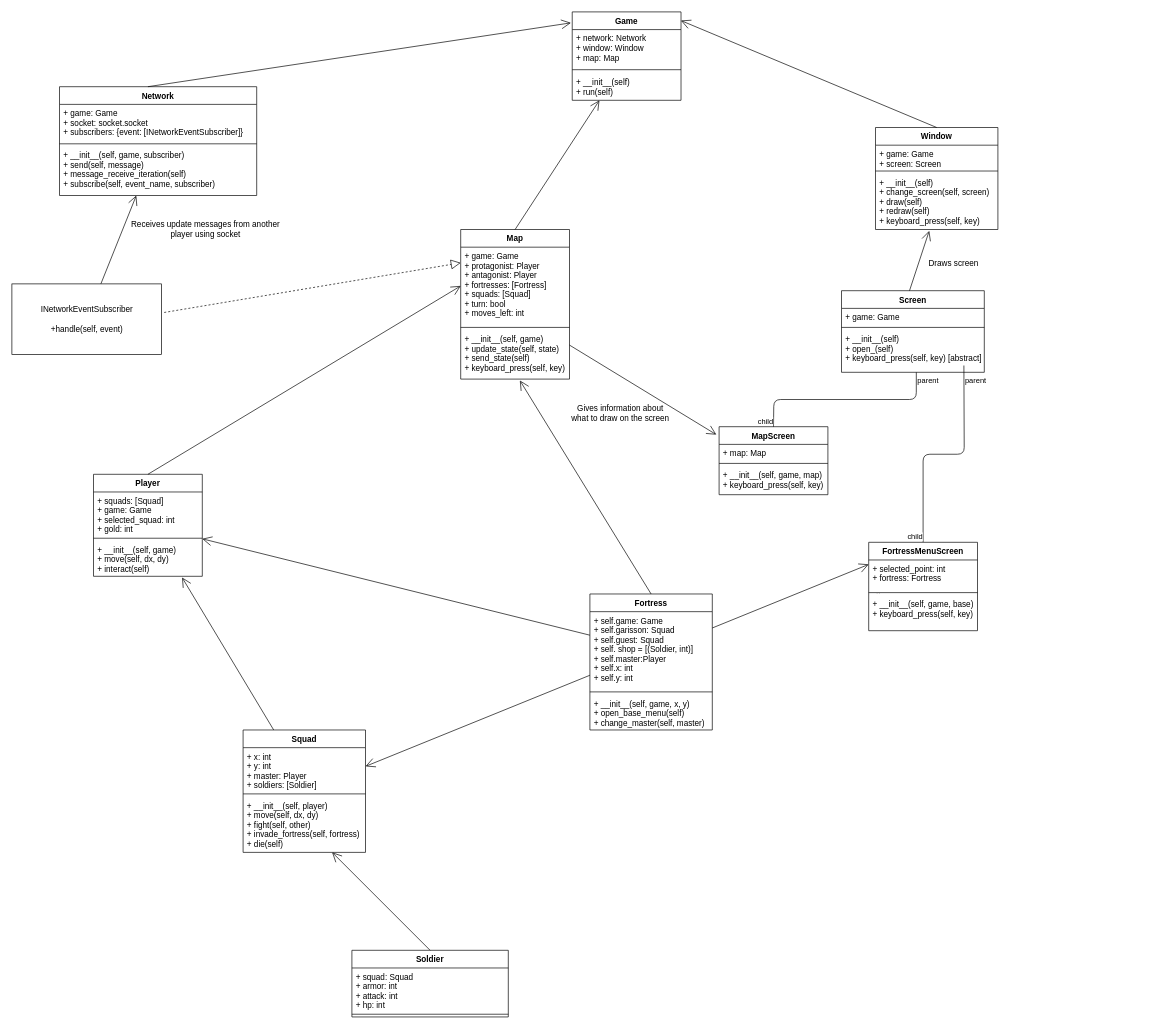
This is doc/Untitled Diagram.drawio from maljunaplanedo/tpgame, a draw.io file, before an edit. Source tidied: cells renumbered, new cells numbered last; positions are measured from the earlier drawing's top-left corner, leaving out a move shared by most shapes. Both pictures are drawn from the tidied source at 68%, with x=0, y=0 at pixel (12, 12).
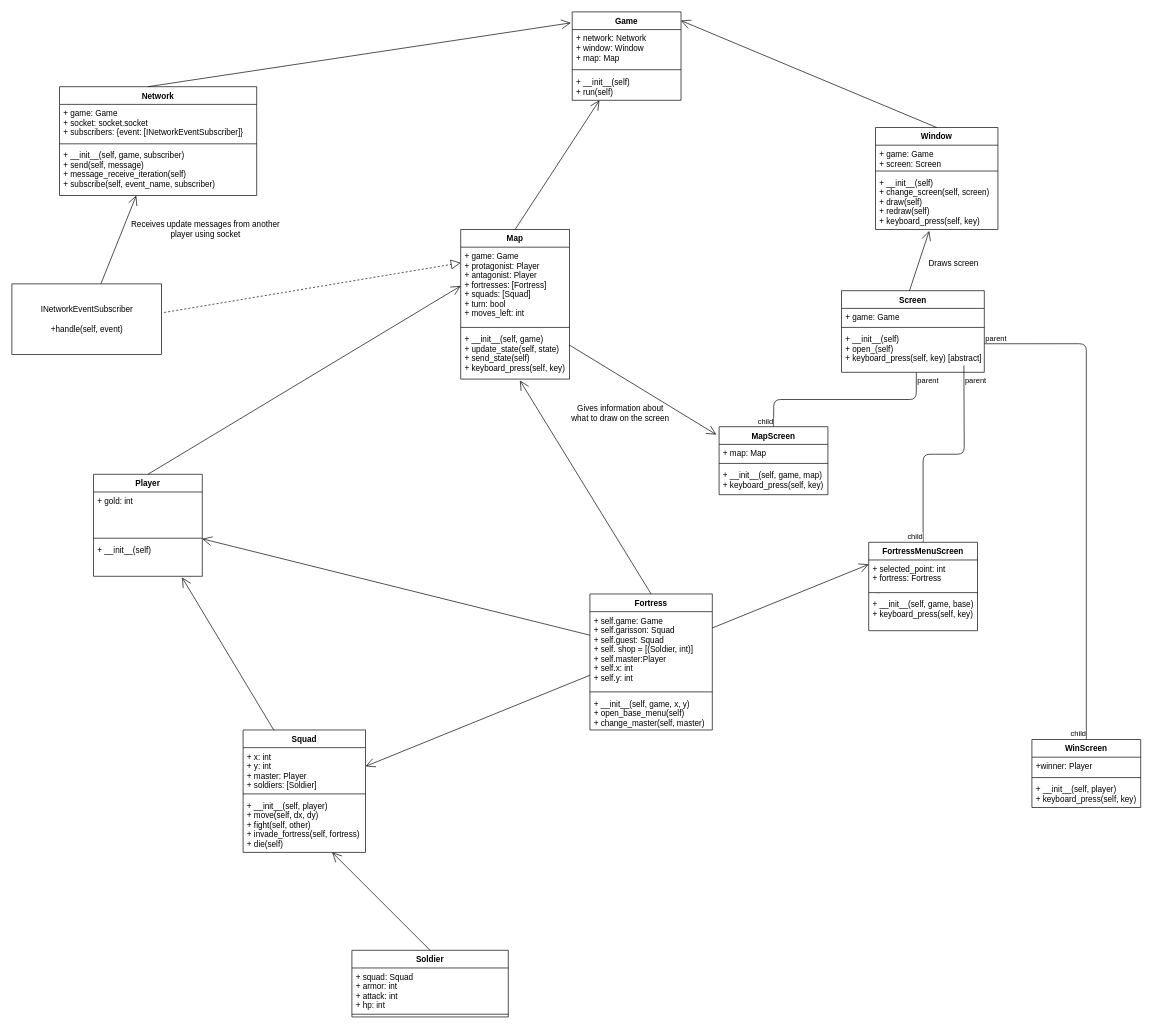
Above is the later version.

The change refers to these unchanged cells:
```xml
<mxCell id="20" value="+ __init__(self)&#10;+ open_(self)&#10;+ keyboard_press(self, key) [abstract]&#10;" style="text;strokeColor=none;fillColor=none;align=left;verticalAlign=top;spacingLeft=4;spacingRight=4;overflow=hidden;points=[[0,0.5],[1,0.5]];portConstraint=eastwest;" parent="16" vertex="1">
  <mxGeometry y="58" width="210" height="62" as="geometry" />
</mxCell>
<mxCell id="38" value="Player" style="swimlane;fontStyle=1;align=center;verticalAlign=top;horizontal=1;startSize=26;" parent="1" vertex="1">
  <mxGeometry x="120" y="680" width="160" height="150" as="geometry" />
</mxCell>
```

The edit, as a diff of the source:
```diff
@@
-    <mxCell id="40" value="+ squads: [Squad]&#10;+ game: Game&#10;+ selected_squad: int&#10;+ gold: int&#10;&#10;" style="text;strokeColor=none;fillColor=none;align=left;verticalAlign=top;spacingLeft=4;spacingRight=4;overflow=hidden;" parent="38" vertex="1">
+    <mxCell id="40" value="+ gold: int&#10;" style="text;strokeColor=none;fillColor=none;align=left;verticalAlign=top;spacingLeft=4;spacingRight=4;overflow=hidden;" parent="38" vertex="1">
       <mxGeometry y="26" width="160" height="64" as="geometry" />
     </mxCell>
@@
-    <mxCell id="42" value="+ __init__(self, game)&#10;+ move(self, dx, dy)&#10;+ interact(self)" style="text;strokeColor=none;fillColor=none;align=left;verticalAlign=top;spacingLeft=4;spacingRight=4;overflow=hidden;points=[[0,0.5],[1,0.5]];portConstraint=eastwest;" parent="38" vertex="1">
+    <mxCell id="42" value="+ __init__(self)" style="text;strokeColor=none;fillColor=none;align=left;verticalAlign=top;spacingLeft=4;spacingRight=4;overflow=hidden;points=[[0,0.5],[1,0.5]];portConstraint=eastwest;" parent="38" vertex="1">
       <mxGeometry y="98" width="160" height="52" as="geometry" />
     </mxCell>
@@
+    <mxCell id="69" value="WinScreen" style="swimlane;fontStyle=1;align=center;verticalAlign=top;horizontal=1;startSize=26;" parent="1" vertex="1">
+      <mxGeometry x="1500" y="1070" width="160" height="100" as="geometry" />
+    </mxCell>
+    <mxCell id="70" value="+winner: Player" style="text;strokeColor=none;fillColor=none;align=left;verticalAlign=top;spacingLeft=4;spacingRight=4;overflow=hidden;" parent="69" vertex="1">
+      <mxGeometry y="26" width="160" height="26" as="geometry" />
+    </mxCell>
+    <mxCell id="71" style="line;strokeWidth=1;fillColor=none;align=left;verticalAlign=middle;spacingTop=-1;spacingLeft=3;spacingRight=3;labelPosition=right;" parent="69" vertex="1">
+      <mxGeometry y="52" width="160" height="8" as="geometry" />
+    </mxCell>
+    <mxCell id="72" value="+ __init__(self, player)&#10;+ keyboard_press(self, key)&#10;" style="text;strokeColor=none;fillColor=none;align=left;verticalAlign=top;spacingLeft=4;spacingRight=4;overflow=hidden;" parent="69" vertex="1">
+      <mxGeometry y="60" width="160" height="40" as="geometry" />
+    </mxCell>
+    <mxCell id="73" style="endArrow=none;html=1;edgeStyle=orthogonalEdgeStyle;entryX=0.5;entryY=0;entryDx=0;entryDy=0;exitX=1;exitY=0.323;exitDx=0;exitDy=0;exitPerimeter=0;" parent="1" edge="1" source="20" target="69">
+      <mxGeometry relative="1" as="geometry" />
+    </mxCell>
+    <mxCell id="74" value="parent" style="edgeLabel;html=1;align=left;verticalAlign=bottom;" parent="73" vertex="1">
+      <mxGeometry x="-1" relative="1" as="geometry" />
+    </mxCell>
+    <mxCell id="75" value="child" style="edgeLabel;html=1;align=right;verticalAlign=bottom;" parent="73" vertex="1">
+      <mxGeometry x="1" relative="1" as="geometry" />
+    </mxCell>
```
